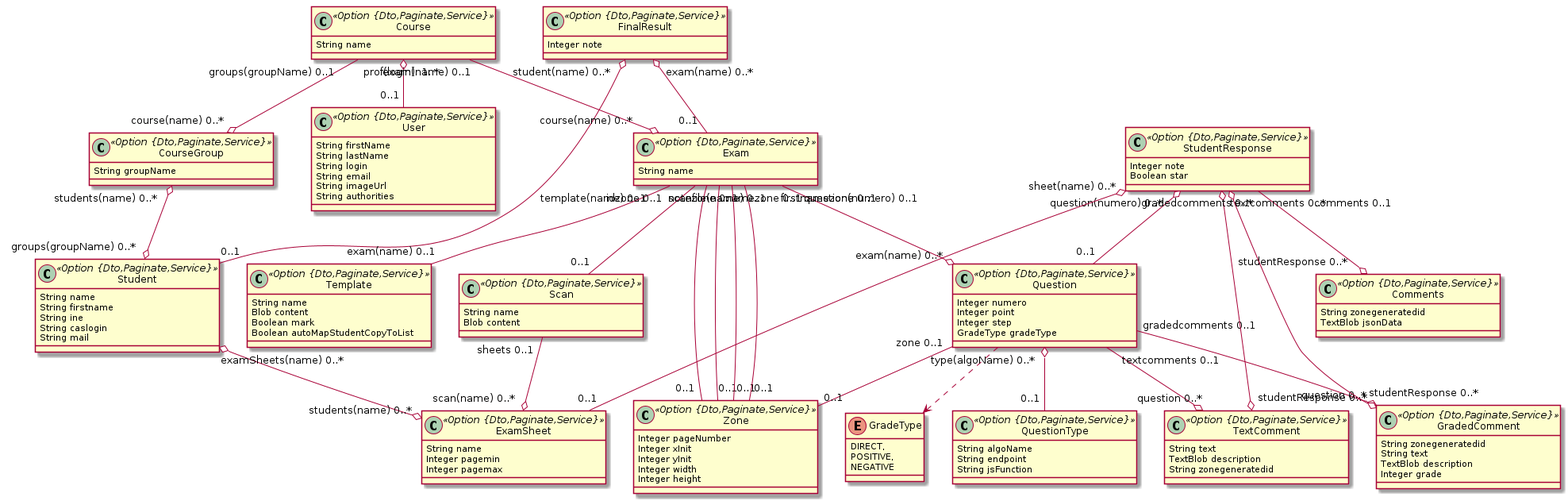
Before: model.png, a diagram exported from PlantUML (correctexam/corrigeExamBack).
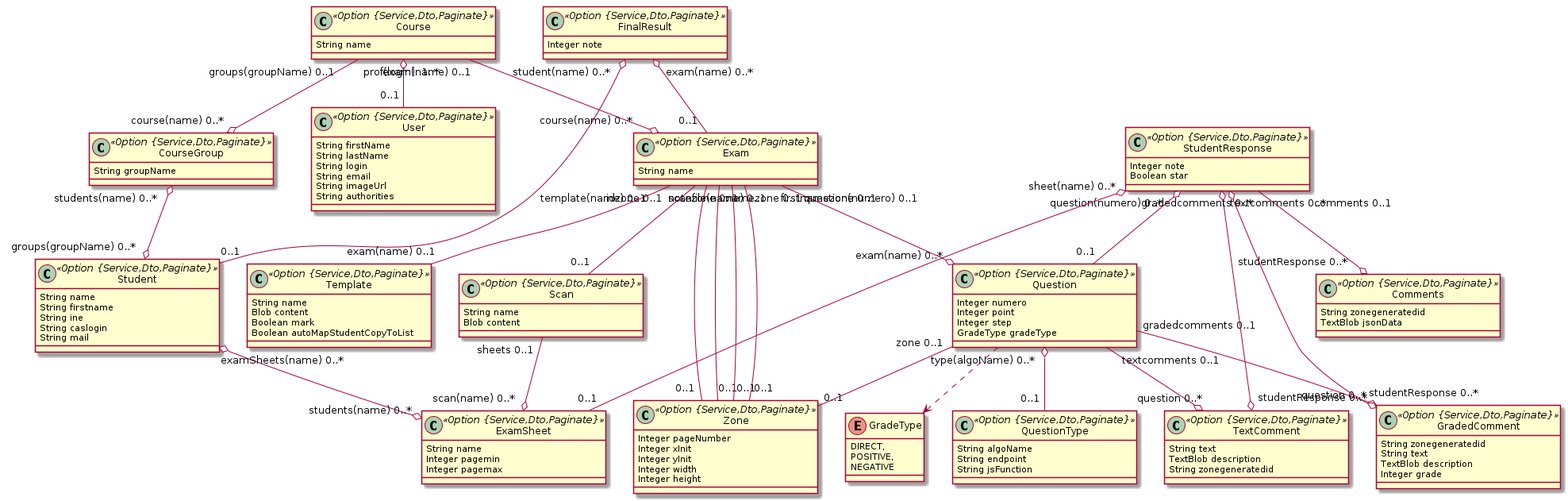
After the change.

What changed in the source:
```diff
@@ -1,28 +1,28 @@
 @startuml
 	!pragma syntax class
-	class Course <<Option {Dto,Paginate,Service}>> {
+	class Course <<Option {Service,Dto,Paginate}>> {
 		String name
 	}
-	class CourseGroup <<Option {Dto,Paginate,Service}>> {
+	class CourseGroup <<Option {Service,Dto,Paginate}>> {
 		String groupName
 	}
-	class Student <<Option {Dto,Paginate,Service}>> {
+	class Student <<Option {Service,Dto,Paginate}>> {
 		String name
 		String firstname
 		String ine
 		String caslogin
 		String mail
 	}
-	class Exam <<Option {Dto,Paginate,Service}>> {
+	class Exam <<Option {Service,Dto,Paginate}>> {
 		String name
 	}
-	class Template <<Option {Dto,Paginate,Service}>> {
+	class Template <<Option {Service,Dto,Paginate}>> {
 		String name
 		Blob content
 		Boolean mark
 		Boolean autoMapStudentCopyToList
 	}
-	class Question <<Option {Dto,Paginate,Service}>> {
+	class Question <<Option {Service,Dto,Paginate}>> {
 		Integer numero
 		Integer point
 		Integer step
@@ -34,43 +34,43 @@
 		POSITIVE,
 		NEGATIVE
 	}
-	class QuestionType <<Option {Dto,Paginate,Service}>> {
+	class QuestionType <<Option {Service,Dto,Paginate}>> {
 		String algoName
 		String endpoint
 		String jsFunction
 	}
-	class ExamSheet <<Option {Dto,Paginate,Service}>> {
+	class ExamSheet <<Option {Service,Dto,Paginate}>> {
 		String name
 		Integer pagemin
 		Integer pagemax
 	}
-	class Scan <<Option {Dto,Paginate,Service}>> {
+	class Scan <<Option {Service,Dto,Paginate}>> {
 		String name
 		Blob content
 	}
-	class FinalResult <<Option {Dto,Paginate,Service}>> {
+	class FinalResult <<Option {Service,Dto,Paginate}>> {
 		Integer note
 	}
-	class StudentResponse <<Option {Dto,Paginate,Service}>> {
+	class StudentResponse <<Option {Service,Dto,Paginate}>> {
 		Integer note
 		Boolean star
 	}
-	class TextComment <<Option {Dto,Paginate,Service}>> {
+	class TextComment <<Option {Service,Dto,Paginate}>> {
 		String text
 		TextBlob description
 		String zonegeneratedid
 	}
-	class GradedComment <<Option {Dto,Paginate,Service}>> {
+	class GradedComment <<Option {Service,Dto,Paginate}>> {
 		String zonegeneratedid
 		String text
 		TextBlob description
 		Integer grade
 	}
-	class Comments <<Option {Dto,Paginate,Service}>> {
+	class Comments <<Option {Service,Dto,Paginate}>> {
 		String zonegeneratedid
 		TextBlob jsonData
 	}
-	class Zone <<Option {Dto,Paginate,Service}>> {
+	class Zone <<Option {Service,Dto,Paginate}>> {
 		Integer pageNumber
 		Integer xInit
 		Integer yInit
@@ -101,7 +101,7 @@
 	Exam  "firstnamezone 0..1 " -- "0..1 "  Zone
 	Exam  "notezone 0..1 " -- "0..1 "  Zone
 	Exam  "scanfile(name) 0..1 " -- "0..1 "  Scan
-	class User <<Option {Dto,Paginate,Service}>> {
+	class User <<Option {Service,Dto,Paginate}>> {
 		String firstName
 		String lastName
 		String login
```
